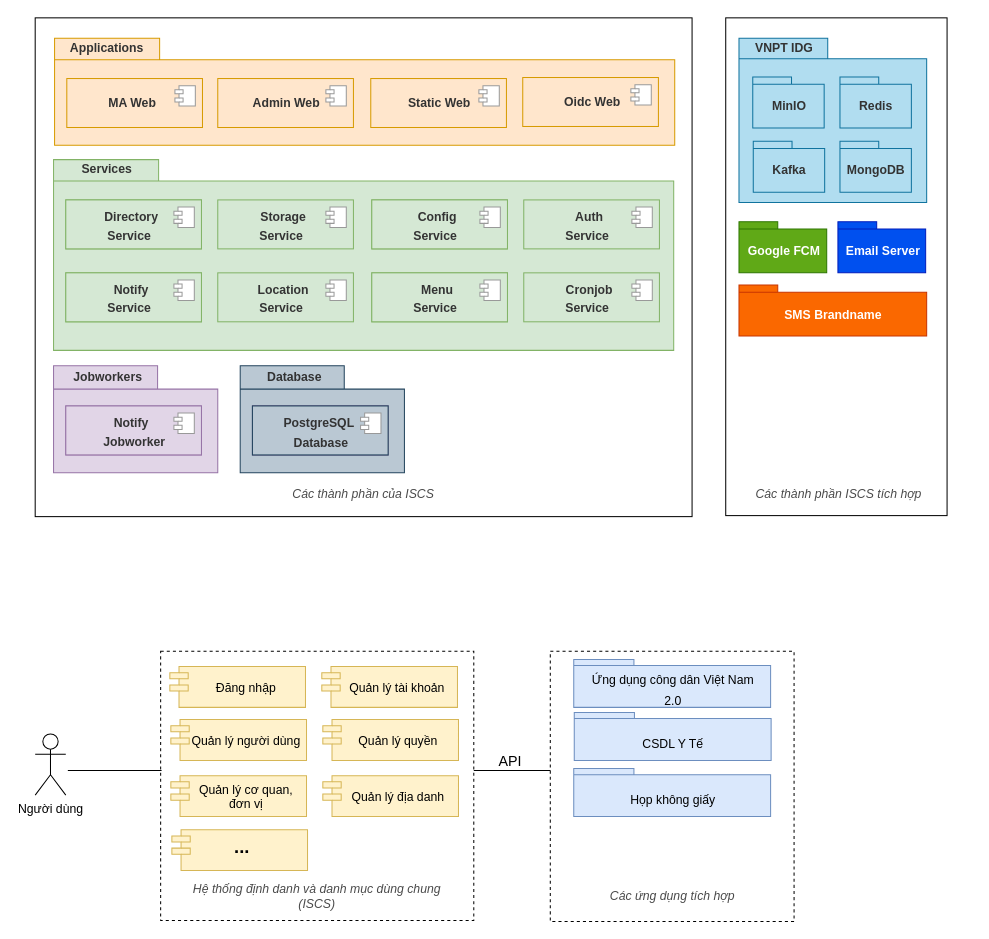
Above: page "Trang-1" (1 of 12) of iscs.drawio in mitgaming/drawio (draw.io), before the change. Source tidied: cells renumbered, new cells numbered last; positions are measured from the earlier drawing's top-left corner, leaving out a move shared by most shapes. Both pictures are drawn from the tidied source at 102%, with x=0, y=0 at pixel (35, 17).
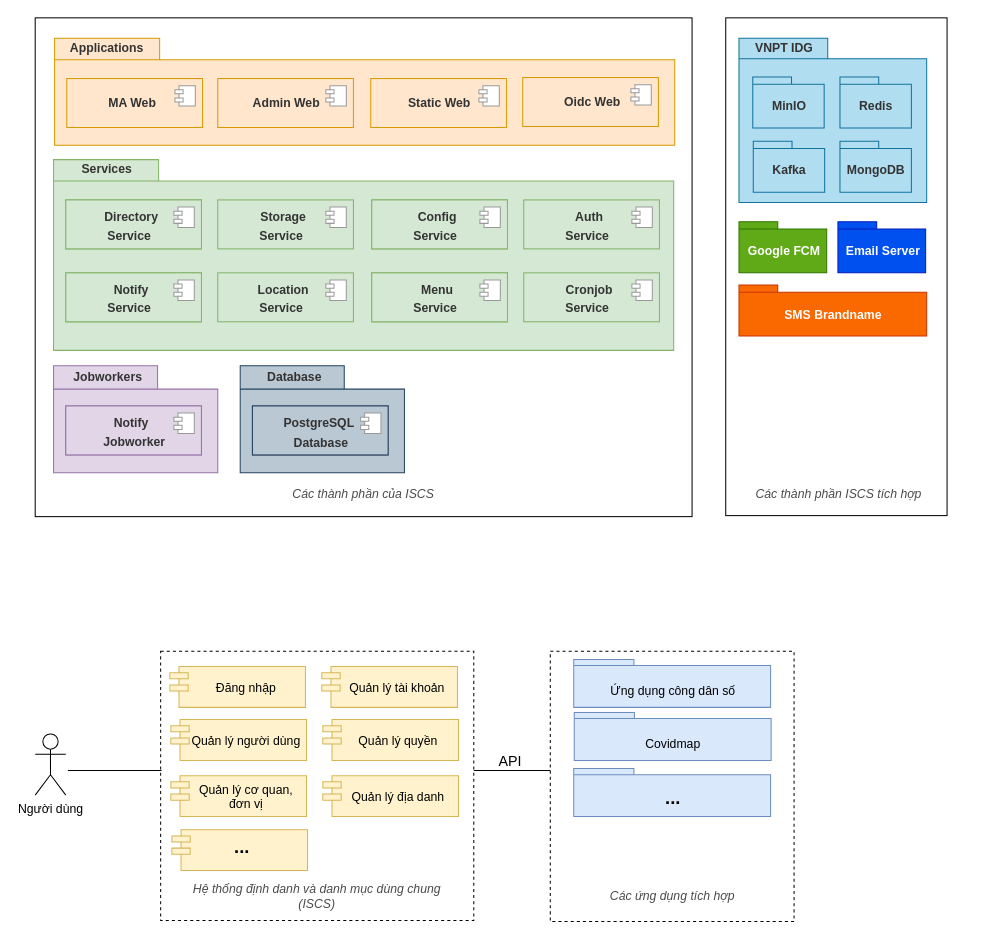
Above is the later version.

What changed in the source:
```diff
@@
-    <mxCell id="141" value="&lt;span style=&quot;font-size: 12px ; font-weight: 400&quot;&gt;Ứng dụng công dân Việt Nam&lt;br&gt;2.0&lt;/span&gt;" style="shape=folder;fontStyle=1;spacingTop=10;tabWidth=59;tabHeight=6;tabPosition=left;html=1;fontSize=16;strokeColor=#6c8ebf;fillColor=#dae8fc;" parent="1" vertex="1">
+    <mxCell id="141" value="&lt;span style=&quot;font-size: 12px ; font-weight: 400&quot;&gt;Ứng dụng công dân số&lt;/span&gt;" style="shape=folder;fontStyle=1;spacingTop=10;tabWidth=59;tabHeight=6;tabPosition=left;html=1;fontSize=16;strokeColor=#6c8ebf;fillColor=#dae8fc;" parent="1" vertex="1">
       <mxGeometry x="528" y="629" width="193" height="47" as="geometry" />
     </mxCell>
-    <mxCell id="142" value="&lt;span style=&quot;font-size: 12px ; font-weight: 400&quot;&gt;CSDL Y Tế&lt;br&gt;&lt;/span&gt;" style="shape=folder;fontStyle=1;spacingTop=10;tabWidth=59;tabHeight=6;tabPosition=left;html=1;fontSize=16;strokeColor=#6c8ebf;fillColor=#dae8fc;" parent="1" vertex="1">
+    <mxCell id="142" value="&lt;span style=&quot;font-size: 12px ; font-weight: 400&quot;&gt;Covidmap&lt;br&gt;&lt;/span&gt;" style="shape=folder;fontStyle=1;spacingTop=10;tabWidth=59;tabHeight=6;tabPosition=left;html=1;fontSize=16;strokeColor=#6c8ebf;fillColor=#dae8fc;" parent="1" vertex="1">
       <mxGeometry x="528.5" y="681" width="193" height="47" as="geometry" />
     </mxCell>
-    <mxCell id="143" value="&lt;span style=&quot;font-size: 12px ; font-weight: 400&quot;&gt;Họp không giấy&lt;/span&gt;" style="shape=folder;fontStyle=1;spacingTop=10;tabWidth=59;tabHeight=6;tabPosition=left;html=1;fontSize=16;strokeColor=#6c8ebf;fillColor=#dae8fc;" parent="1" vertex="1">
+    <mxCell id="143" value="&lt;font style=&quot;font-size: 18px&quot;&gt;...&lt;/font&gt;" style="shape=folder;fontStyle=1;spacingTop=10;tabWidth=59;tabHeight=6;tabPosition=left;html=1;fontSize=16;strokeColor=#6c8ebf;fillColor=#dae8fc;" parent="1" vertex="1">
       <mxGeometry x="528" y="736" width="193" height="47" as="geometry" />
     </mxCell>
```
